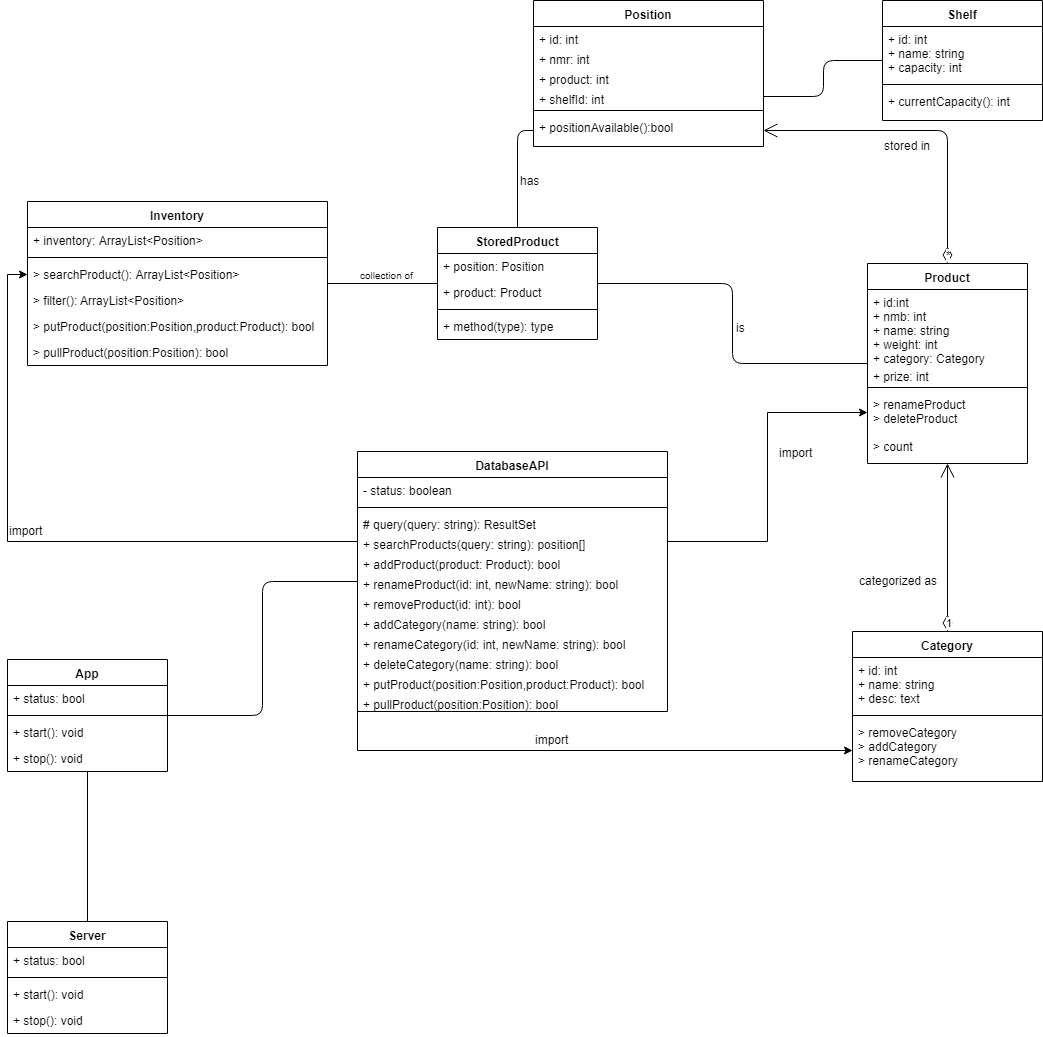
The draw.io diagram dev/models/UML Klassendiagram.png in callidaria/pen-testing, before a commit. Source tidied: cells renumbered, new cells last; positions are measured from the earlier drawing's top-left corner, leaving out a move shared by most shapes.
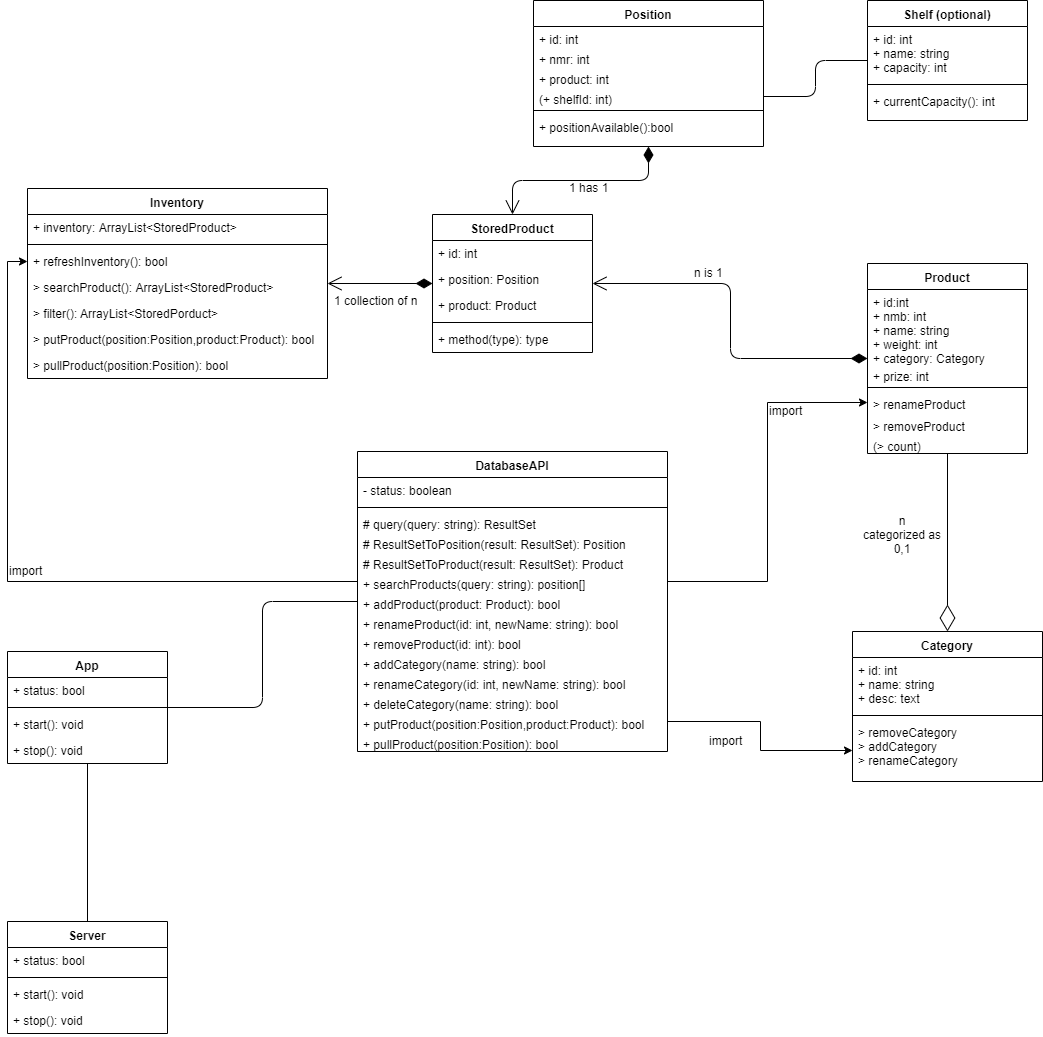
The same file after the commit.

Change to the diagram source:
```diff
@@ -4,4 +4,4 @@
     <mxCell id="1" parent="0" />
-    <mxCell id="2" value="Shelf" style="swimlane;fontStyle=1;align=center;verticalAlign=top;horizontal=1;startSize=26;" parent="1" vertex="1">
-      <mxGeometry x="875" width="160" height="120" as="geometry" />
+    <mxCell id="2" value="Shelf (optional)" style="swimlane;fontStyle=1;align=center;verticalAlign=top;horizontal=1;startSize=26;" parent="1" vertex="1">
+      <mxGeometry x="860" width="160" height="120" as="geometry" />
     </mxCell>
@@ -28,3 +28,3 @@
     </mxCell>
-    <mxCell id="10" value="+ shelfId: int" style="text;strokeColor=none;fillColor=none;align=left;verticalAlign=top;spacingLeft=4;spacingRight=4;overflow=hidden;points=[[0,0.5],[1,0.5]];portConstraint=eastwest;" parent="6" vertex="1">
+    <mxCell id="10" value="(+ shelfId: int)" style="text;strokeColor=none;fillColor=none;align=left;verticalAlign=top;spacingLeft=4;spacingRight=4;overflow=hidden;points=[[0,0.5],[1,0.5]];portConstraint=eastwest;" parent="6" vertex="1">
       <mxGeometry y="86" width="230" height="20" as="geometry" />
@@ -38,3 +38,3 @@
     <mxCell id="13" value="Product" style="swimlane;fontStyle=1;align=center;verticalAlign=top;horizontal=1;startSize=26;" parent="1" vertex="1">
-      <mxGeometry x="860" y="263" width="160" height="200" as="geometry" />
+      <mxGeometry x="860" y="263" width="160" height="190" as="geometry" />
     </mxCell>
@@ -49,7 +49,10 @@
     </mxCell>
-    <mxCell id="17" value="&gt; renameProduct&#10;&gt; deleteProduct" style="text;strokeColor=none;fillColor=none;align=left;verticalAlign=top;spacingLeft=4;spacingRight=4;overflow=hidden;points=[[0,0.5],[1,0.5]];portConstraint=eastwest;" parent="13" vertex="1">
-      <mxGeometry y="128" width="160" height="42" as="geometry" />
+    <mxCell id="17" value="&gt; renameProduct" style="text;strokeColor=none;fillColor=none;align=left;verticalAlign=top;spacingLeft=4;spacingRight=4;overflow=hidden;points=[[0,0.5],[1,0.5]];portConstraint=eastwest;" parent="13" vertex="1">
+      <mxGeometry y="128" width="160" height="22" as="geometry" />
     </mxCell>
+    <mxCell id="77" value="&gt; removeProduct" style="text;strokeColor=none;fillColor=none;align=left;verticalAlign=top;spacingLeft=4;spacingRight=4;overflow=hidden;" parent="13" vertex="1">
+      <mxGeometry y="150" width="160" height="20" as="geometry" />
+    </mxCell>
-    <mxCell id="18" value="&gt; count" style="text;strokeColor=none;fillColor=none;align=left;verticalAlign=top;spacingLeft=4;spacingRight=4;overflow=hidden;" parent="13" vertex="1">
-      <mxGeometry y="170" width="160" height="30" as="geometry" />
+    <mxCell id="18" value="(&gt; count)" style="text;strokeColor=none;fillColor=none;align=left;verticalAlign=top;spacingLeft=4;spacingRight=4;overflow=hidden;" parent="13" vertex="1">
+      <mxGeometry y="170" width="160" height="20" as="geometry" />
     </mxCell>
@@ -67,4 +70,4 @@
     </mxCell>
-    <mxCell id="23" value="categorized as" style="text;html=1;align=left;verticalAlign=top;spacingTop=-4;" parent="1" vertex="1">
-      <mxGeometry x="850" y="571" width="90" height="20" as="geometry" />
+    <mxCell id="23" value="n&lt;br&gt;categorized as&lt;br&gt;0,1" style="text;html=1;align=center;verticalAlign=top;spacingTop=-4;" parent="1" vertex="1">
+      <mxGeometry x="850" y="511" width="90" height="40" as="geometry" />
     </mxCell>
@@ -74,3 +77,3 @@
     <mxCell id="25" value="DatabaseAPI" style="swimlane;fontStyle=1;align=center;verticalAlign=top;horizontal=1;startSize=26;" parent="1" vertex="1">
-      <mxGeometry x="350" y="451" width="310" height="260" as="geometry" />
+      <mxGeometry x="350" y="451" width="310" height="300" as="geometry" />
     </mxCell>
@@ -85,35 +88,35 @@
     </mxCell>
+    <mxCell id="78" value="# ResultSetToPosition(result: ResultSet): Position" style="text;strokeColor=none;fillColor=none;align=left;verticalAlign=top;spacingLeft=4;spacingRight=4;overflow=hidden;" parent="25" vertex="1">
+      <mxGeometry y="80" width="310" height="20" as="geometry" />
+    </mxCell>
+    <mxCell id="79" value="# ResultSetToProduct(result: ResultSet): Product" style="text;strokeColor=none;fillColor=none;align=left;verticalAlign=top;spacingLeft=4;spacingRight=4;overflow=hidden;" parent="25" vertex="1">
+      <mxGeometry y="100" width="310" height="20" as="geometry" />
+    </mxCell>
     <mxCell id="29" value="+ searchProducts(query: string): position[]" style="text;strokeColor=none;fillColor=none;align=left;verticalAlign=top;spacingLeft=4;spacingRight=4;overflow=hidden;points=[[0,0.5],[1,0.5]];portConstraint=eastwest;" parent="25" vertex="1">
-      <mxGeometry y="80" width="310" height="20" as="geometry" />
+      <mxGeometry y="120" width="310" height="20" as="geometry" />
     </mxCell>
     <mxCell id="30" value="+ addProduct(product: Product): bool" style="text;strokeColor=none;fillColor=none;align=left;verticalAlign=top;spacingLeft=4;spacingRight=4;overflow=hidden;" parent="25" vertex="1">
-      <mxGeometry y="100" width="310" height="20" as="geometry" />
+      <mxGeometry y="140" width="310" height="20" as="geometry" />
     </mxCell>
     <mxCell id="31" value="+ renameProduct(id: int, newName: string): bool" style="text;strokeColor=none;fillColor=none;align=left;verticalAlign=top;spacingLeft=4;spacingRight=4;overflow=hidden;" parent="25" vertex="1">
-      <mxGeometry y="120" width="310" height="20" as="geometry" />
+      <mxGeometry y="160" width="310" height="20" as="geometry" />
     </mxCell>
     <mxCell id="32" value="+ removeProduct(id: int): bool" style="text;strokeColor=none;fillColor=none;align=left;verticalAlign=top;spacingLeft=4;spacingRight=4;overflow=hidden;" parent="25" vertex="1">
-      <mxGeometry y="140" width="310" height="20" as="geometry" />
+      <mxGeometry y="180" width="310" height="20" as="geometry" />
     </mxCell>
     <mxCell id="33" value="+ addCategory(name: string): bool" style="text;strokeColor=none;fillColor=none;align=left;verticalAlign=top;spacingLeft=4;spacingRight=4;overflow=hidden;" parent="25" vertex="1">
-      <mxGeometry y="160" width="310" height="20" as="geometry" />
+      <mxGeometry y="200" width="310" height="20" as="geometry" />
     </mxCell>
     <mxCell id="34" value="+ renameCategory(id: int, newName: string): bool" style="text;strokeColor=none;fillColor=none;align=left;verticalAlign=top;spacingLeft=4;spacingRight=4;overflow=hidden;" parent="25" vertex="1">
-      <mxGeometry y="180" width="310" height="20" as="geometry" />
+      <mxGeometry y="220" width="310" height="20" as="geometry" />
     </mxCell>
     <mxCell id="35" value="+ deleteCategory(name: string): bool" style="text;strokeColor=none;fillColor=none;align=left;verticalAlign=top;spacingLeft=4;spacingRight=4;overflow=hidden;" parent="25" vertex="1">
-      <mxGeometry y="200" width="310" height="20" as="geometry" />
+      <mxGeometry y="240" width="310" height="20" as="geometry" />
     </mxCell>
     <mxCell id="36" value="+ putProduct(position:Position,product:Product): bool" style="text;strokeColor=none;fillColor=none;align=left;verticalAlign=top;spacingLeft=4;spacingRight=4;overflow=hidden;points=[[0,0.5],[1,0.5]];portConstraint=eastwest;" parent="25" vertex="1">
-      <mxGeometry y="220" width="310" height="20" as="geometry" />
+      <mxGeometry y="260" width="310" height="20" as="geometry" />
     </mxCell>
     <mxCell id="37" value="+ pullProduct(position:Position): bool" style="text;strokeColor=none;fillColor=none;align=left;verticalAlign=top;spacingLeft=4;spacingRight=4;overflow=hidden;" parent="25" vertex="1">
-      <mxGeometry y="240" width="310" height="20" as="geometry" />
+      <mxGeometry y="280" width="310" height="20" as="geometry" />
     </mxCell>
-    <mxCell id="38" value="*" style="endArrow=open;html=1;endSize=12;startArrow=diamondThin;startSize=14;startFill=0;edgeStyle=orthogonalEdgeStyle;align=left;verticalAlign=bottom;exitX=0.5;exitY=0;exitDx=0;exitDy=0;" parent="1" edge="1" source="13" target="12">
-      <mxGeometry x="-1" y="3" relative="1" as="geometry" />
-    </mxCell>
-    <mxCell id="39" value="1" style="endArrow=open;html=1;endSize=12;startArrow=diamondThin;startSize=14;startFill=0;edgeStyle=orthogonalEdgeStyle;align=left;verticalAlign=bottom;" parent="1" edge="1" source="19" target="13">
-      <mxGeometry x="-1" y="3" relative="1" as="geometry" />
-    </mxCell>
     <mxCell id="40" style="endArrow=none;html=1;edgeStyle=orthogonalEdgeStyle;" parent="1" edge="1" source="2" target="10">
@@ -121,9 +124,6 @@
     </mxCell>
-    <mxCell id="41" value="stored in" style="text;html=1;align=left;verticalAlign=top;spacingTop=-4;" parent="1" vertex="1">
-      <mxGeometry x="875" y="136" width="60" height="20" as="geometry" />
-    </mxCell>
     <mxCell id="42" value="Inventory" style="swimlane;fontStyle=1;align=center;verticalAlign=top;horizontal=1;startSize=26;" parent="1" vertex="1">
-      <mxGeometry x="20" y="201" width="300" height="164" as="geometry" />
+      <mxGeometry x="20" y="188" width="300" height="190" as="geometry" />
     </mxCell>
-    <mxCell id="43" value="+ inventory: ArrayList&lt;Position&gt;" style="text;strokeColor=none;fillColor=none;align=left;verticalAlign=top;spacingLeft=4;spacingRight=4;overflow=hidden;" parent="42" vertex="1">
+    <mxCell id="43" value="+ inventory: ArrayList&lt;StoredProduct&gt;" style="text;strokeColor=none;fillColor=none;align=left;verticalAlign=top;spacingLeft=4;spacingRight=4;overflow=hidden;" parent="42" vertex="1">
       <mxGeometry y="26" width="300" height="26" as="geometry" />
@@ -133,16 +133,19 @@
     </mxCell>
-    <mxCell id="45" value="&gt; searchProduct(): ArrayList&lt;Position&gt;" style="text;strokeColor=none;fillColor=none;align=left;verticalAlign=top;spacingLeft=4;spacingRight=4;overflow=hidden;points=[[0,0.5],[1,0.5]];portConstraint=eastwest;" parent="42" vertex="1">
+    <mxCell id="45" value="+ refreshInventory(): bool" style="text;strokeColor=none;fillColor=none;align=left;verticalAlign=top;spacingLeft=4;spacingRight=4;overflow=hidden;points=[[0,0.5],[1,0.5]];portConstraint=eastwest;" parent="42" vertex="1">
       <mxGeometry y="60" width="300" height="26" as="geometry" />
     </mxCell>
+    <mxCell id="80" value="&gt; searchProduct(): ArrayList&lt;StoredProduct&gt;" style="text;strokeColor=none;fillColor=none;align=left;verticalAlign=top;spacingLeft=4;spacingRight=4;overflow=hidden;" parent="42" vertex="1">
+      <mxGeometry y="86" width="300" height="26" as="geometry" />
+    </mxCell>
-    <mxCell id="46" value="&gt; filter(): ArrayList&lt;Position&gt;" style="text;strokeColor=none;fillColor=none;align=left;verticalAlign=top;spacingLeft=4;spacingRight=4;overflow=hidden;" parent="42" vertex="1">
-      <mxGeometry y="86" width="300" height="26" as="geometry" />
+    <mxCell id="46" value="&gt; filter(): ArrayList&lt;StoredPorduct&gt;" style="text;strokeColor=none;fillColor=none;align=left;verticalAlign=top;spacingLeft=4;spacingRight=4;overflow=hidden;" parent="42" vertex="1">
+      <mxGeometry y="112" width="300" height="26" as="geometry" />
     </mxCell>
     <mxCell id="47" value="&gt; putProduct(position:Position,product:Product): bool" style="text;strokeColor=none;fillColor=none;align=left;verticalAlign=top;spacingLeft=4;spacingRight=4;overflow=hidden;" parent="42" vertex="1">
-      <mxGeometry y="112" width="300" height="26" as="geometry" />
+      <mxGeometry y="138" width="300" height="26" as="geometry" />
     </mxCell>
     <mxCell id="48" value="&gt; pullProduct(position:Position): bool" style="text;strokeColor=none;fillColor=none;align=left;verticalAlign=top;spacingLeft=4;spacingRight=4;overflow=hidden;" parent="42" vertex="1">
-      <mxGeometry y="138" width="300" height="26" as="geometry" />
+      <mxGeometry y="164" width="300" height="26" as="geometry" />
     </mxCell>
     <mxCell id="49" value="import" style="text;html=1;align=left;verticalAlign=top;spacingTop=-4;" parent="1" vertex="1">
-      <mxGeometry y="521" width="50" height="20" as="geometry" />
+      <mxGeometry y="561" width="50" height="20" as="geometry" />
     </mxCell>
@@ -152,49 +155,31 @@
     <mxCell id="51" value="import" style="text;html=1;align=left;verticalAlign=top;spacingTop=-4;" parent="1" vertex="1">
-      <mxGeometry x="770" y="443" width="50" height="20" as="geometry" />
+      <mxGeometry x="760" y="401" width="50" height="20" as="geometry" />
     </mxCell>
-    <mxCell id="52" style="edgeStyle=orthogonalEdgeStyle;rounded=0;jettySize=auto;html=1;exitX=0;exitY=0.5;exitDx=0;exitDy=0;" parent="1" edge="1" target="22">
-      <mxGeometry relative="1" as="geometry">
-        <mxPoint x="350" y="621" as="sourcePoint" />
-      </mxGeometry>
+    <mxCell id="52" style="edgeStyle=orthogonalEdgeStyle;rounded=0;jettySize=auto;html=1;" parent="1" edge="1" source="36" target="22">
+      <mxGeometry relative="1" as="geometry" />
     </mxCell>
     <mxCell id="53" value="import" style="text;html=1;align=left;verticalAlign=top;spacingTop=-4;" parent="1" vertex="1">
-      <mxGeometry x="526" y="730" width="50" height="20" as="geometry" />
+      <mxGeometry x="700" y="731" width="50" height="20" as="geometry" />
     </mxCell>
     <mxCell id="54" value="StoredProduct" style="swimlane;fontStyle=1;align=center;verticalAlign=top;horizontal=1;startSize=26;" parent="1" vertex="1">
-      <mxGeometry x="430" y="227" width="160" height="112" as="geometry" />
+      <mxGeometry x="425" y="214" width="160" height="138" as="geometry" />
     </mxCell>
+    <mxCell id="81" value="+ id: int" style="text;strokeColor=none;fillColor=none;align=left;verticalAlign=top;spacingLeft=4;spacingRight=4;overflow=hidden;" parent="54" vertex="1">
+      <mxGeometry y="26" width="160" height="26" as="geometry" />
+    </mxCell>
     <mxCell id="55" value="+ position: Position" style="text;strokeColor=none;fillColor=none;align=left;verticalAlign=top;spacingLeft=4;spacingRight=4;overflow=hidden;" parent="54" vertex="1">
-      <mxGeometry y="26" width="160" height="26" as="geometry" />
+      <mxGeometry y="52" width="160" height="26" as="geometry" />
     </mxCell>
     <mxCell id="56" value="+ product: Product" style="text;strokeColor=none;fillColor=none;align=left;verticalAlign=top;spacingLeft=4;spacingRight=4;overflow=hidden;" parent="54" vertex="1">
-      <mxGeometry y="52" width="160" height="26" as="geometry" />
+      <mxGeometry y="78" width="160" height="26" as="geometry" />
     </mxCell>
     <mxCell id="57" style="line;strokeWidth=1;fillColor=none;align=left;verticalAlign=middle;spacingTop=-1;spacingLeft=3;spacingRight=3;labelPosition=right;" parent="54" vertex="1">
-      <mxGeometry y="78" width="160" height="8" as="geometry" />
+      <mxGeometry y="104" width="160" height="8" as="geometry" />
     </mxCell>
     <mxCell id="58" value="+ method(type): type" style="text;strokeColor=none;fillColor=none;align=left;verticalAlign=top;spacingLeft=4;spacingRight=4;overflow=hidden;" parent="54" vertex="1">
-      <mxGeometry y="86" width="160" height="26" as="geometry" />
+      <mxGeometry y="112" width="160" height="26" as="geometry" />
     </mxCell>
-    <mxCell id="59" style="endArrow=none;html=1;edgeStyle=orthogonalEdgeStyle;" parent="1" edge="1" source="42" target="54">
-      <mxGeometry relative="1" as="geometry" />
-    </mxCell>
-    <mxCell id="60" value="collection of" style="html=1;align=left;verticalAlign=bottom;labelBackgroundColor=#ffffff;fontSize=10;" parent="59" vertex="1">
-      <mxGeometry x="-1" relative="1" as="geometry">
-        <mxPoint x="30" as="offset" />
-      </mxGeometry>
-    </mxCell>
-    <mxCell id="61" style="endArrow=none;html=1;edgeStyle=orthogonalEdgeStyle;" parent="1" edge="1" source="54" target="12">
-      <mxGeometry relative="1" as="geometry" />
-    </mxCell>
-    <mxCell id="62" value="has" style="text;html=1;align=left;verticalAlign=top;spacingTop=-4;" parent="1" vertex="1">
-      <mxGeometry x="511" y="171" width="30" height="20" as="geometry" />
+    <mxCell id="62" value="1 has 1" style="text;html=1;align=left;verticalAlign=top;spacingTop=-4;" parent="1" vertex="1">
+      <mxGeometry x="560" y="178" width="50" height="20" as="geometry" />
     </mxCell>
-    <mxCell id="63" style="endArrow=none;html=1;edgeStyle=orthogonalEdgeStyle;" parent="1" edge="1" source="54" target="13">
-      <mxGeometry relative="1" as="geometry" />
-    </mxCell>
-    <mxCell id="64" value="is" style="html=1;align=right;verticalAlign=bottom;labelBackgroundColor=#ffffff;fontSize=12;" parent="63" vertex="1">
-      <mxGeometry x="1" relative="1" as="geometry">
-        <mxPoint x="-120.5" y="-27.5" as="offset" />
-      </mxGeometry>
-    </mxCell>
     <mxCell id="65" value="Server" style="swimlane;fontStyle=1;align=center;verticalAlign=top;horizontal=1;startSize=26;" parent="1" vertex="1">
@@ -215,3 +200,3 @@
     <mxCell id="70" value="App" style="swimlane;fontStyle=1;align=center;verticalAlign=top;horizontal=1;startSize=26;" parent="1" vertex="1">
-      <mxGeometry y="659" width="160" height="112" as="geometry" />
+      <mxGeometry y="651" width="160" height="112" as="geometry" />
     </mxCell>
@@ -235,2 +220,26 @@
     </mxCell>
+    <mxCell id="82" style="endArrow=open;html=1;endSize=12;startArrow=diamondThin;startSize=14;startFill=1;edgeStyle=orthogonalEdgeStyle;align=left;verticalAlign=bottom;" parent="1" edge="1" source="54" target="42">
+      <mxGeometry y="-124" relative="1" as="geometry">
+        <mxPoint x="17" y="2" as="offset" />
+      </mxGeometry>
+    </mxCell>
+    <mxCell id="83" value="1 collection of n" style="text;html=1;align=left;verticalAlign=top;spacingTop=-4;" parent="1" vertex="1">
+      <mxGeometry x="325" y="291" width="100" height="20" as="geometry" />
+    </mxCell>
+    <mxCell id="84" style="endArrow=open;html=1;endSize=12;startArrow=diamondThin;startSize=14;startFill=1;edgeStyle=orthogonalEdgeStyle;align=left;verticalAlign=bottom;" parent="1" edge="1" source="6" target="54">
+      <mxGeometry y="-124" relative="1" as="geometry">
+        <mxPoint x="17" y="2" as="offset" />
+      </mxGeometry>
+    </mxCell>
+    <mxCell id="85" style="endArrow=open;html=1;endSize=12;startArrow=diamondThin;startSize=14;startFill=1;edgeStyle=orthogonalEdgeStyle;align=left;verticalAlign=bottom;" parent="1" edge="1" source="13" target="54">
+      <mxGeometry y="-124" relative="1" as="geometry">
+        <mxPoint x="17" y="2" as="offset" />
+      </mxGeometry>
+    </mxCell>
+    <mxCell id="86" value="n is 1" style="text;html=1;align=left;verticalAlign=top;spacingTop=-4;" parent="1" vertex="1">
+      <mxGeometry x="685" y="263" width="40" height="20" as="geometry" />
+    </mxCell>
+    <mxCell id="87" style="endArrow=diamondThin;endFill=0;endSize=24;html=1;" parent="1" edge="1" source="13" target="19">
+      <mxGeometry relative="1" as="geometry" />
+    </mxCell>
   </root>
```
